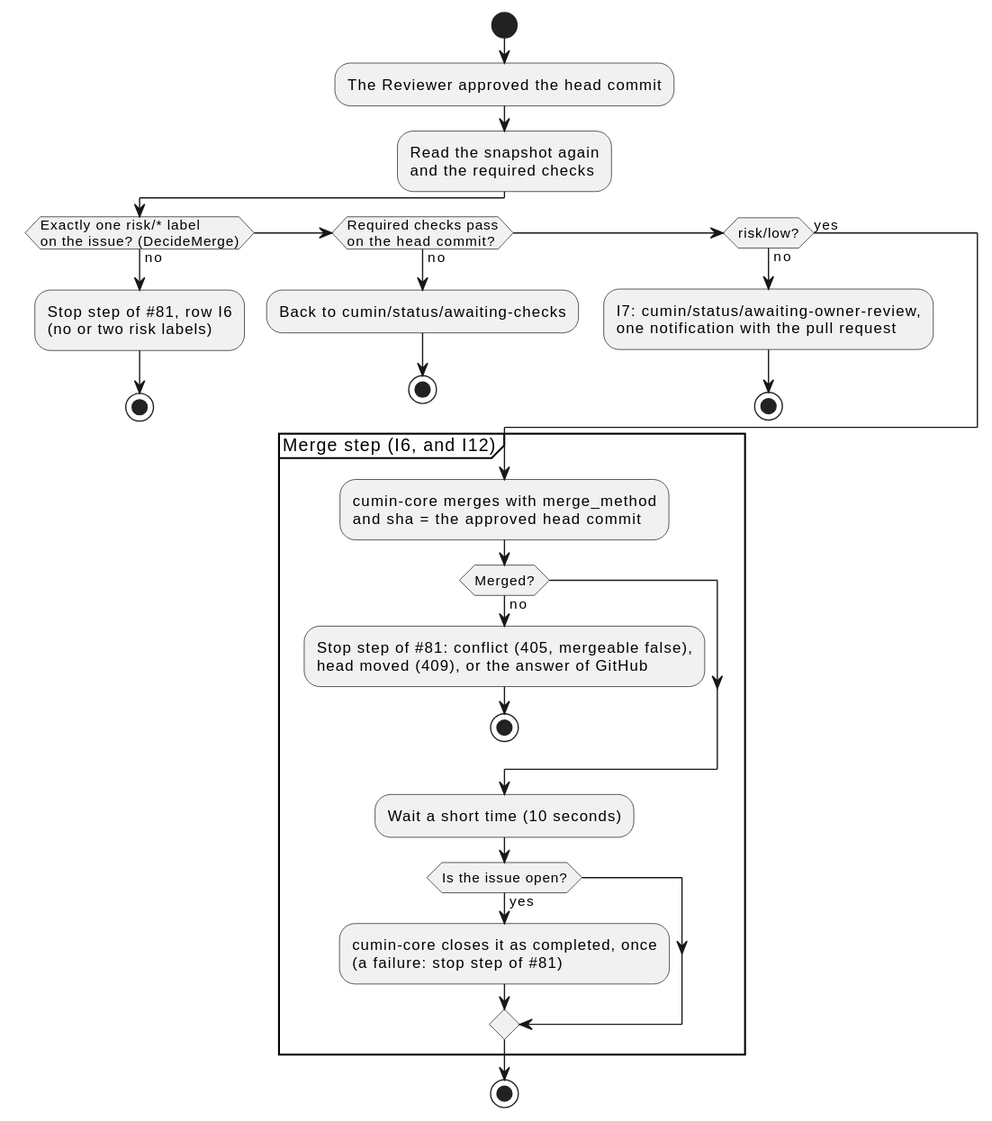
Earlier version of the PlantUML export docs/ja/designs/poll-merge.svg (cloveclovedev/cumin-works).
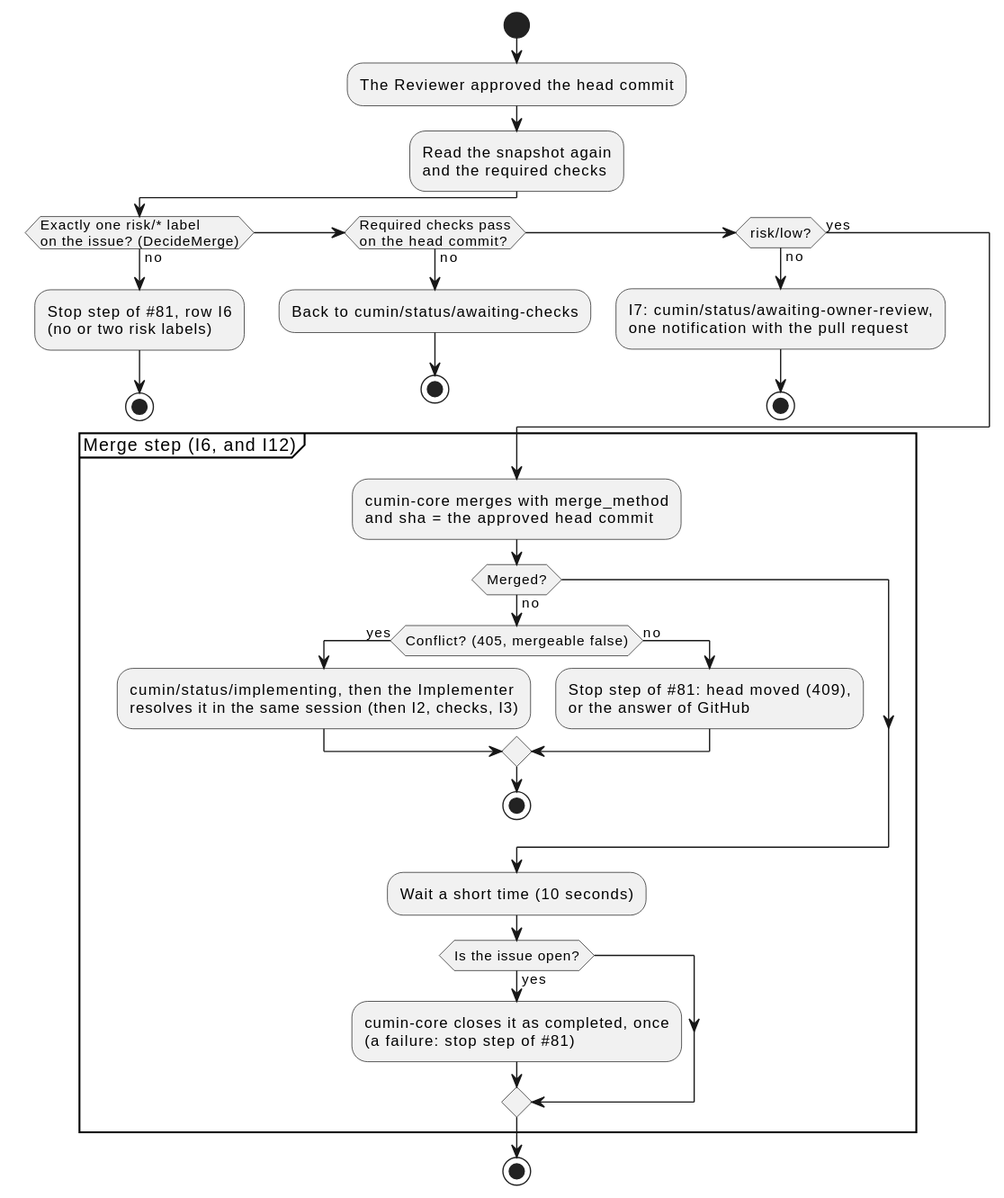
After the commit.

Commit message:
feat(workflow): ask the Implementer to resolve a merge conflict in the same session (I6) (#299)

What changed in the source:
```diff
@@ -25,8 +25,13 @@
   :cumin-core merges with merge_method
   and sha = the approved head commit;
   if (Merged?) then (no)
-    :Stop step of #81: conflict (405, mergeable false),
-    head moved (409), or the answer of GitHub;
+    if (Conflict? (405, mergeable false)) then (yes)
+      :cumin/status/implementing, then the Implementer
+      resolves it in the same session (then I2, checks, I3);
+    else (no)
+      :Stop step of #81: head moved (409),
+      or the answer of GitHub;
+    endif
     stop
   endif
   :Wait a short time (10 seconds);
```
